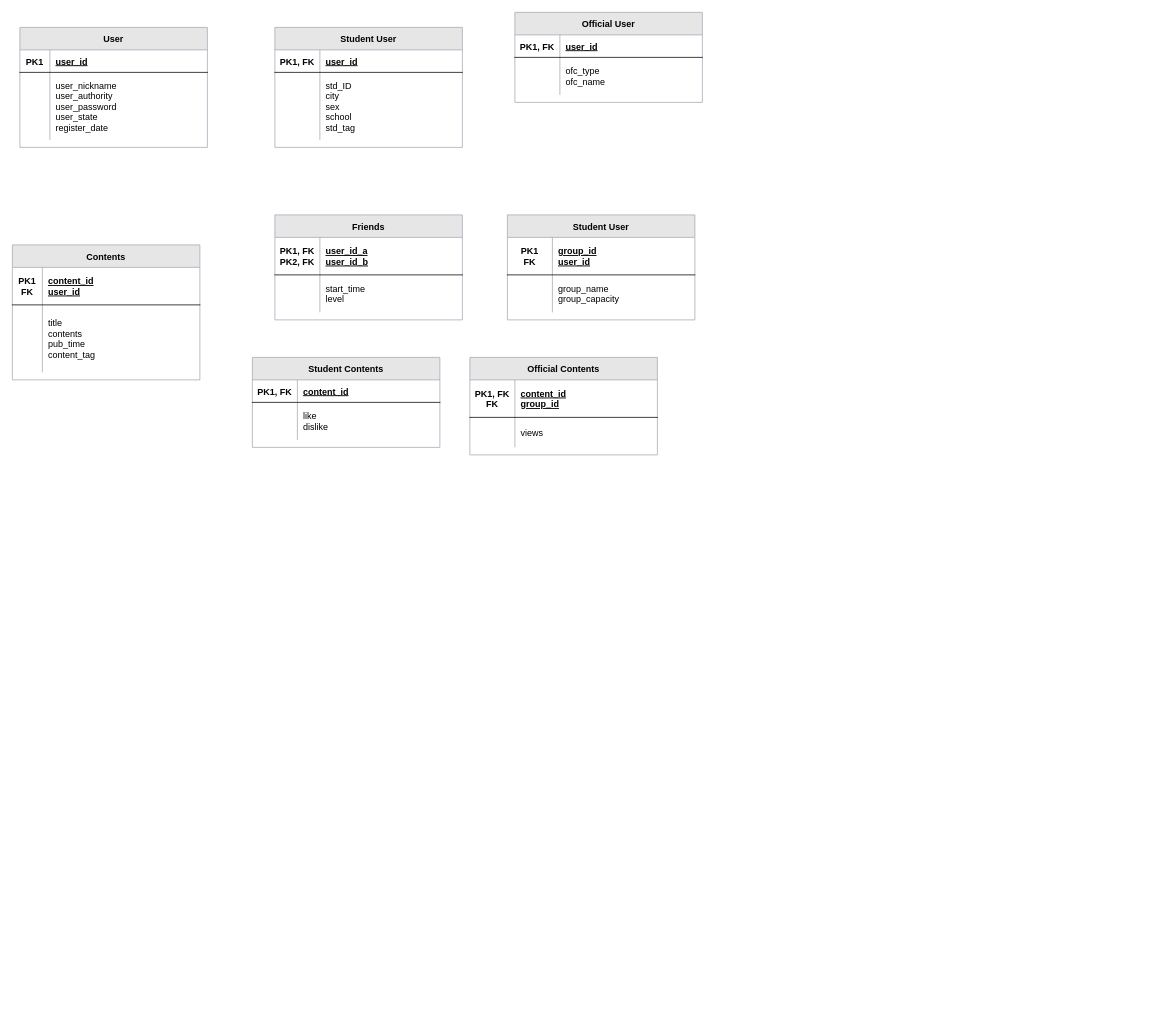
Earlier version of the draw.io diagram Untitled Diagram.drawio (LeoHolmes416/Code-Symphony). Source tidied: cells renumbered, new cells numbered last; positions are measured from the earlier drawing's top-left corner, leaving out a move shared by most shapes. Both pictures are drawn from the tidied source at 75%, with x=0, y=0 at pixel (12, 12).
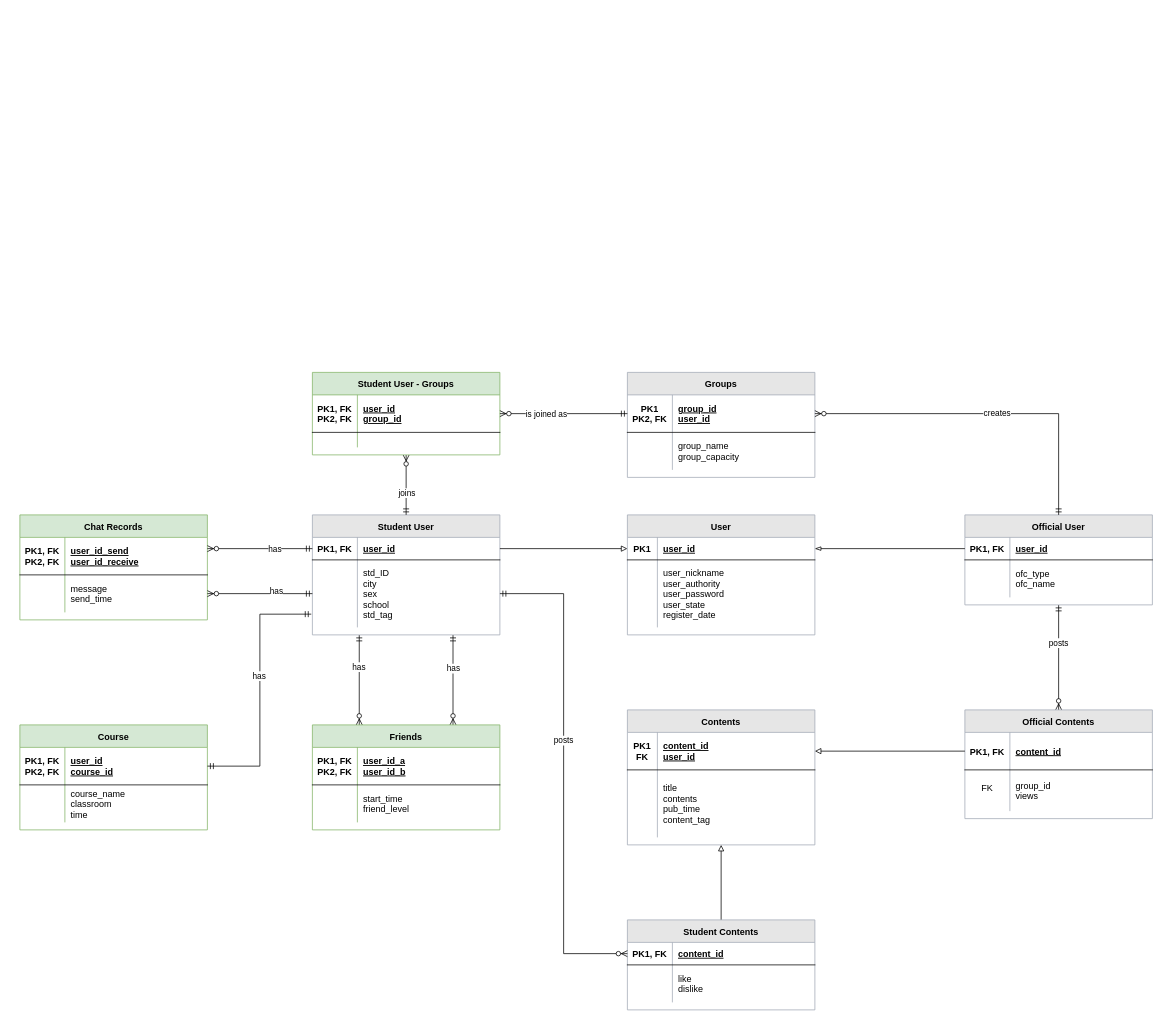
The same diagram, later.

The change refers to these unchanged cells:
```xml
<mxCell id="3" style="shape=partialRectangle;fillColor=none;points=[[0,0.5],[1,0.5]];portConstraint=eastwest;top=0;left=0;right=0;bottom=1;" parent="2" vertex="1">
  <mxGeometry y="30" width="250" height="30" as="geometry" />
</mxCell>
<mxCell id="10" style="shape=partialRectangle;fillColor=none;points=[[0,0.5],[1,0.5]];portConstraint=eastwest;top=0;left=0;right=0;bottom=1;" parent="9" vertex="1">
  <mxGeometry y="30" width="250" height="30" as="geometry" />
</mxCell>
<mxCell id="13" style="shape=partialRectangle;fillColor=none;points=[[0,0.5],[1,0.5]];portConstraint=eastwest;top=0;left=0;right=0;bottom=0;" parent="9" vertex="1">
  <mxGeometry y="60" width="250" height="90" as="geometry" />
</mxCell>
<mxCell id="17" style="shape=partialRectangle;fillColor=none;points=[[0,0.5],[1,0.5]];portConstraint=eastwest;top=0;left=0;right=0;bottom=1;" parent="16" vertex="1">
  <mxGeometry y="30" width="250" height="30" as="geometry" />
</mxCell>
<mxCell id="27" style="shape=partialRectangle;fillColor=none;top=0;left=0;right=0;bottom=0;" parent="23" vertex="1">
  <mxGeometry y="80" width="250" height="50" as="geometry" />
</mxCell>
<mxCell id="31" style="shape=partialRectangle;fillColor=none;points=[[0,0.5],[1,0.5]];portConstraint=eastwest;top=0;left=0;right=0;bottom=1;" parent="30" vertex="1">
  <mxGeometry y="30" width="250" height="50" as="geometry" />
</mxCell>
<mxCell id="38" style="shape=partialRectangle;fillColor=none;points=[[0,0.5],[1,0.5]];portConstraint=eastwest;top=0;left=0;right=0;bottom=1;" parent="37" vertex="1">
  <mxGeometry y="30" width="250" height="50" as="geometry" />
</mxCell>
<mxCell id="45" style="shape=partialRectangle;fillColor=none;points=[[0,0.5],[1,0.5]];portConstraint=eastwest;top=0;left=0;right=0;bottom=1;" parent="44" vertex="1">
  <mxGeometry y="30" width="250" height="30" as="geometry" />
</mxCell>
<mxCell id="52" style="shape=partialRectangle;fillColor=none;points=[[0,0.5],[1,0.5]];portConstraint=eastwest;top=0;left=0;right=0;bottom=1;" parent="51" vertex="1">
  <mxGeometry y="30" width="250" height="50" as="geometry" />
</mxCell>
```

Diff of the diagram source:
```diff
@@
     <mxCell id="2" value="User" style="shape=table;startSize=30;childLayout=tableLayout;rowLines=0;fontStyle=1;align=center;swimlaneFillColor=#ffffff;strokeColor=#A0A9B5;fillColor=#E6E6E6;" parent="1" vertex="1">
-      <mxGeometry x="10" y="20" width="250" height="160" as="geometry" />
+      <mxGeometry x="820" y="670" width="250" height="160" as="geometry" />
     </mxCell>
@@
+    <mxCell id="58" style="edgeStyle=orthogonalEdgeStyle;rounded=0;jettySize=auto;html=1;exitX=0.25;exitY=1;exitDx=0;exitDy=0;entryX=0.25;entryY=0;entryDx=0;entryDy=0;startArrow=ERmandOne;startFill=0;endArrow=ERzeroToMany;endFill=1;" parent="1" edge="1" source="9" target="23">
+      <mxGeometry relative="1" as="geometry" />
+    </mxCell>
+    <mxCell id="59" value="has" style="edgeLabel;html=1;align=center;verticalAlign=middle;" parent="58" vertex="1">
+      <mxGeometry x="-0.32" y="-1" relative="1" as="geometry">
+        <mxPoint y="1" as="offset" />
+      </mxGeometry>
+    </mxCell>
+    <mxCell id="60" style="edgeStyle=orthogonalEdgeStyle;rounded=0;jettySize=auto;html=1;exitX=0.75;exitY=1;exitDx=0;exitDy=0;entryX=0.75;entryY=0;entryDx=0;entryDy=0;startArrow=ERmandOne;startFill=0;endArrow=ERzeroToMany;endFill=1;" parent="1" edge="1" source="9" target="23">
+      <mxGeometry relative="1" as="geometry" />
+    </mxCell>
+    <mxCell id="61" value="has" style="edgeLabel;html=1;align=center;verticalAlign=middle;" parent="60" vertex="1">
+      <mxGeometry x="-0.29" relative="1" as="geometry">
+        <mxPoint y="1" as="offset" />
+      </mxGeometry>
+    </mxCell>
     <mxCell id="9" value="Student User" style="shape=table;startSize=30;childLayout=tableLayout;rowLines=0;fontStyle=1;align=center;swimlaneFillColor=#ffffff;strokeColor=#A0A9B5;fillColor=#E6E6E6;" parent="1" vertex="1">
-      <mxGeometry x="350" y="20" width="250" height="160" as="geometry" />
+      <mxGeometry x="400" y="670" width="250" height="160" as="geometry" />
     </mxCell>
@@
+    <mxCell id="62" style="edgeStyle=orthogonalEdgeStyle;rounded=0;jettySize=auto;html=1;exitX=0.5;exitY=1;exitDx=0;exitDy=0;entryX=0.5;entryY=0;entryDx=0;entryDy=0;fontSize=11;startArrow=ERmandOne;startFill=0;endArrow=ERzeroToMany;endFill=1;" parent="1" edge="1" source="16" target="51">
+      <mxGeometry relative="1" as="geometry" />
+    </mxCell>
+    <mxCell id="63" value="posts" style="edgeLabel;html=1;align=center;verticalAlign=middle;" parent="62" vertex="1">
+      <mxGeometry x="-0.28" y="-1" relative="1" as="geometry" />
+    </mxCell>
     <mxCell id="16" value="Official User" style="shape=table;startSize=30;childLayout=tableLayout;rowLines=0;fontStyle=1;align=center;swimlaneFillColor=#ffffff;strokeColor=#A0A9B5;fillColor=#E6E6E6;" parent="1" vertex="1">
-      <mxGeometry x="670" width="250" height="120" as="geometry" />
+      <mxGeometry x="1270" y="670" width="250" height="120" as="geometry" />
     </mxCell>
@@
-    <mxCell id="23" value="Friends" style="shape=table;startSize=30;childLayout=tableLayout;rowLines=0;fontStyle=1;align=center;swimlaneFillColor=#ffffff;strokeColor=#A0A9B5;fillColor=#E6E6E6;" parent="1" vertex="1">
-      <mxGeometry x="350" y="270" width="250" height="140" as="geometry" />
+    <mxCell id="23" value="Friends" style="shape=table;startSize=30;childLayout=tableLayout;rowLines=0;fontStyle=1;align=center;swimlaneFillColor=#ffffff;strokeColor=#82b366;fillColor=#d5e8d4;" parent="1" vertex="1">
+      <mxGeometry x="400" y="950" width="250" height="140" as="geometry" />
     </mxCell>
@@
-    <mxCell id="29" value="start_time&#10;level" style="shape=partialRectangle;overflow=hidden;fillColor=none;top=0;left=0;bottom=0;right=0;align=left;spacingLeft=6;" parent="27" vertex="1">
+    <mxCell id="29" value="start_time&#10;friend_level" style="shape=partialRectangle;overflow=hidden;fillColor=none;top=0;left=0;bottom=0;right=0;align=left;spacingLeft=6;" parent="27" vertex="1">
       <mxGeometry x="60" width="190" height="50" as="geometry" />
     </mxCell>
-    <mxCell id="30" value="Student User" style="shape=table;startSize=30;childLayout=tableLayout;rowLines=0;fontStyle=1;align=center;swimlaneFillColor=#ffffff;strokeColor=#A0A9B5;fillColor=#E6E6E6;" parent="1" vertex="1">
-      <mxGeometry x="660" y="270" width="250" height="140" as="geometry" />
+    <mxCell id="30" value="Groups" style="shape=table;startSize=30;childLayout=tableLayout;rowLines=0;fontStyle=1;align=center;swimlaneFillColor=#ffffff;strokeColor=#A0A9B5;fillColor=#E6E6E6;" parent="1" vertex="1">
+      <mxGeometry x="820" y="480" width="250" height="140" as="geometry" />
     </mxCell>
@@
-    <mxCell id="32" value="PK1&#10;FK" style="shape=partialRectangle;overflow=hidden;fillColor=none;top=0;left=0;bottom=0;right=0;fontStyle=1;" parent="31" vertex="1">
+    <mxCell id="32" value="PK1&#10;PK2, FK" style="shape=partialRectangle;overflow=hidden;fillColor=none;top=0;left=0;bottom=0;right=0;fontStyle=1;" parent="31" vertex="1">
       <mxGeometry width="60" height="50" as="geometry" />
     </mxCell>
@@
     <mxCell id="37" value="Contents" style="shape=table;startSize=30;childLayout=tableLayout;rowLines=0;fontStyle=1;align=center;swimlaneFillColor=#ffffff;strokeColor=#A0A9B5;fillColor=#E6E6E6;" parent="1" vertex="1">
-      <mxGeometry y="310" width="250" height="180" as="geometry" />
+      <mxGeometry x="820" y="930" width="250" height="180" as="geometry" />
     </mxCell>
@@
+    <mxCell id="64" style="edgeStyle=orthogonalEdgeStyle;rounded=0;jettySize=auto;html=1;exitX=0.5;exitY=0;exitDx=0;exitDy=0;entryX=0.5;entryY=1;entryDx=0;entryDy=0;startArrow=none;startFill=0;endArrow=block;endFill=0;" parent="1" edge="1" source="44" target="37">
+      <mxGeometry relative="1" as="geometry" />
+    </mxCell>
     <mxCell id="44" value="Student Contents" style="shape=table;startSize=30;childLayout=tableLayout;rowLines=0;fontStyle=1;align=center;swimlaneFillColor=#ffffff;strokeColor=#A0A9B5;fillColor=#E6E6E6;" parent="1" vertex="1">
-      <mxGeometry x="320" y="460" width="250" height="120" as="geometry" />
+      <mxGeometry x="820" y="1210" width="250" height="120" as="geometry" />
     </mxCell>
@@
     <mxCell id="51" value="Official Contents" style="shape=table;startSize=30;childLayout=tableLayout;rowLines=0;fontStyle=1;align=center;swimlaneFillColor=#ffffff;strokeColor=#A0A9B5;fillColor=#E6E6E6;" parent="1" vertex="1">
-      <mxGeometry x="610" y="460" width="250" height="130" as="geometry" />
+      <mxGeometry x="1270" y="930" width="250" height="145" as="geometry" />
     </mxCell>
@@
-    <mxCell id="53" value="PK1, FK&#10;FK" style="shape=partialRectangle;overflow=hidden;fillColor=none;top=0;left=0;bottom=0;right=0;fontStyle=1;" parent="52" vertex="1">
+    <mxCell id="53" value="PK1, FK" style="shape=partialRectangle;overflow=hidden;fillColor=none;top=0;left=0;bottom=0;right=0;fontStyle=1;" parent="52" vertex="1">
       <mxGeometry width="60" height="50" as="geometry" />
     </mxCell>
-    <mxCell id="54" value="content_id&#10;group_id" style="shape=partialRectangle;overflow=hidden;fillColor=none;top=0;left=0;bottom=0;right=0;align=left;spacingLeft=6;fontStyle=5;" parent="52" vertex="1">
+    <mxCell id="54" value="content_id" style="shape=partialRectangle;overflow=hidden;fillColor=none;top=0;left=0;bottom=0;right=0;align=left;spacingLeft=6;fontStyle=5;" parent="52" vertex="1">
       <mxGeometry x="60" width="190" height="50" as="geometry" />
     </mxCell>
     <mxCell id="55" style="shape=partialRectangle;fillColor=none;top=0;left=0;right=0;bottom=0;" parent="51" vertex="1">
-      <mxGeometry y="80" width="250" height="40" as="geometry" />
+      <mxGeometry y="80" width="250" height="55" as="geometry" />
     </mxCell>
-    <mxCell id="56" style="shape=partialRectangle;overflow=hidden;fillColor=none;top=0;left=0;bottom=0;right=0;" parent="55" vertex="1">
-      <mxGeometry width="60" height="40" as="geometry" />
+    <mxCell id="56" value="FK" style="shape=partialRectangle;overflow=hidden;fillColor=none;top=0;left=0;bottom=0;right=0;verticalAlign=top;spacingTop=10;" parent="55" vertex="1">
+      <mxGeometry width="60" height="55" as="geometry" />
     </mxCell>
-    <mxCell id="57" value="views" style="shape=partialRectangle;overflow=hidden;fillColor=none;top=0;left=0;bottom=0;right=0;align=left;spacingLeft=6;" parent="55" vertex="1">
-      <mxGeometry x="60" width="190" height="40" as="geometry" />
+    <mxCell id="57" value="group_id&#10;views" style="shape=partialRectangle;overflow=hidden;fillColor=none;top=0;left=0;bottom=0;right=0;align=left;spacingLeft=6;" parent="55" vertex="1">
+      <mxGeometry x="60" width="190" height="55" as="geometry" />
     </mxCell>
+    <mxCell id="65" style="edgeStyle=orthogonalEdgeStyle;rounded=0;jettySize=auto;html=1;entryX=0;entryY=0.5;entryDx=0;entryDy=0;endArrow=block;endFill=0;exitX=1;exitY=0.5;exitDx=0;exitDy=0;" parent="1" edge="1" source="10" target="3">
+      <mxGeometry relative="1" as="geometry" />
+    </mxCell>
+    <mxCell id="66" style="edgeStyle=orthogonalEdgeStyle;rounded=0;jettySize=auto;html=1;exitX=1;exitY=0.5;exitDx=0;exitDy=0;fontSize=11;startArrow=ERzeroToMany;startFill=1;endArrow=ERmandOne;endFill=0;" parent="1" edge="1" source="31" target="16">
+      <mxGeometry relative="1" as="geometry" />
+    </mxCell>
+    <mxCell id="67" value="creates" style="edgeLabel;html=1;align=center;verticalAlign=middle;" parent="66" vertex="1">
+      <mxGeometry x="0.05" y="1" relative="1" as="geometry" />
+    </mxCell>
+    <mxCell id="68" style="edgeStyle=orthogonalEdgeStyle;rounded=0;jettySize=auto;html=1;exitX=0.5;exitY=1;exitDx=0;exitDy=0;fontSize=11;startArrow=ERzeroToMany;startFill=1;endArrow=ERmandOne;endFill=0;" parent="1" edge="1" source="70" target="9">
+      <mxGeometry relative="1" as="geometry" />
+    </mxCell>
+    <mxCell id="69" value="joins" style="edgeLabel;html=1;align=center;verticalAlign=middle;" parent="68" vertex="1">
+      <mxGeometry x="0.24" relative="1" as="geometry" />
+    </mxCell>
+    <mxCell id="70" value="Student User - Groups" style="shape=table;startSize=30;childLayout=tableLayout;rowLines=0;fontStyle=1;align=center;swimlaneFillColor=#ffffff;strokeColor=#82b366;fillColor=#d5e8d4;" parent="1" vertex="1">
+      <mxGeometry x="400" y="480" width="250" height="110" as="geometry" />
+    </mxCell>
+    <mxCell id="71" style="shape=partialRectangle;fillColor=none;points=[[0,0.5],[1,0.5]];portConstraint=eastwest;top=0;left=0;right=0;bottom=1;" parent="70" vertex="1">
+      <mxGeometry y="30" width="250" height="50" as="geometry" />
+    </mxCell>
+    <mxCell id="72" value="PK1, FK&#10;PK2, FK" style="shape=partialRectangle;overflow=hidden;fillColor=none;top=0;left=0;bottom=0;right=0;fontStyle=1;" parent="71" vertex="1">
+      <mxGeometry width="60" height="50" as="geometry" />
+    </mxCell>
+    <mxCell id="73" value="user_id&#10;group_id" style="shape=partialRectangle;overflow=hidden;fillColor=none;top=0;left=0;bottom=0;right=0;align=left;spacingLeft=6;fontStyle=5;" parent="71" vertex="1">
+      <mxGeometry x="60" width="190" height="50" as="geometry" />
+    </mxCell>
+    <mxCell id="74" style="shape=partialRectangle;fillColor=none;top=0;left=0;right=0;bottom=0;" parent="70" vertex="1">
+      <mxGeometry y="80" width="250" height="20" as="geometry" />
+    </mxCell>
+    <mxCell id="75" style="shape=partialRectangle;overflow=hidden;fillColor=none;top=0;left=0;bottom=0;right=0;" parent="74" vertex="1">
+      <mxGeometry width="60" height="20" as="geometry" />
+    </mxCell>
+    <mxCell id="76" style="shape=partialRectangle;overflow=hidden;fillColor=none;top=0;left=0;bottom=0;right=0;align=left;spacingLeft=6;" parent="74" vertex="1">
+      <mxGeometry x="60" width="190" height="20" as="geometry" />
+    </mxCell>
+    <mxCell id="77" style="edgeStyle=orthogonalEdgeStyle;rounded=0;jettySize=auto;html=1;exitX=0;exitY=0.5;exitDx=0;exitDy=0;fontSize=11;startArrow=ERmandOne;startFill=0;endArrow=ERzeroToMany;endFill=1;entryX=1;entryY=0.5;entryDx=0;entryDy=0;" parent="1" edge="1" source="31" target="71">
+      <mxGeometry relative="1" as="geometry" />
+    </mxCell>
+    <mxCell id="78" value="is joined as" style="edgeLabel;html=1;align=center;verticalAlign=middle;" parent="77" vertex="1">
+      <mxGeometry x="0.28" relative="1" as="geometry" />
+    </mxCell>
+    <mxCell id="79" value="Chat Records" style="shape=table;startSize=30;childLayout=tableLayout;rowLines=0;fontStyle=1;align=center;swimlaneFillColor=#ffffff;strokeColor=#82b366;fillColor=#d5e8d4;" parent="1" vertex="1">
+      <mxGeometry x="10" y="670" width="250" height="140" as="geometry" />
+    </mxCell>
+    <mxCell id="80" style="shape=partialRectangle;fillColor=none;top=0;left=0;right=0;bottom=1;" parent="79" vertex="1">
+      <mxGeometry y="30" width="250" height="50" as="geometry" />
+    </mxCell>
+    <mxCell id="81" value="PK1, FK&#10;PK2, FK" style="shape=partialRectangle;overflow=hidden;fillColor=none;top=0;left=0;bottom=0;right=0;fontStyle=1;" parent="80" vertex="1">
+      <mxGeometry width="60" height="50" as="geometry" />
+    </mxCell>
+    <mxCell id="82" value="user_id_send&#10;user_id_receive" style="shape=partialRectangle;overflow=hidden;fillColor=none;top=0;left=0;bottom=0;right=0;align=left;spacingLeft=6;fontStyle=5;" parent="80" vertex="1">
+      <mxGeometry x="60" width="190" height="50" as="geometry" />
+    </mxCell>
+    <mxCell id="83" style="shape=partialRectangle;fillColor=none;points=[[0,0.5],[1,0.5]];portConstraint=eastwest;top=0;left=0;right=0;bottom=0;" parent="79" vertex="1">
+      <mxGeometry y="80" width="250" height="50" as="geometry" />
+    </mxCell>
+    <mxCell id="84" style="shape=partialRectangle;overflow=hidden;fillColor=none;top=0;left=0;bottom=0;right=0;" parent="83" vertex="1">
+      <mxGeometry width="60" height="50" as="geometry" />
+    </mxCell>
+    <mxCell id="85" value="message&#10;send_time" style="shape=partialRectangle;overflow=hidden;fillColor=none;top=0;left=0;bottom=0;right=0;align=left;spacingLeft=6;" parent="83" vertex="1">
+      <mxGeometry x="60" width="190" height="50" as="geometry" />
+    </mxCell>
+    <mxCell id="86" style="edgeStyle=orthogonalEdgeStyle;rounded=0;jettySize=auto;html=1;exitX=0;exitY=0.5;exitDx=0;exitDy=0;entryX=1;entryY=0.5;entryDx=0;entryDy=0;fontSize=11;startArrow=none;startFill=0;endArrow=block;endFill=0;" parent="1" edge="1" source="52" target="38">
+      <mxGeometry relative="1" as="geometry" />
+    </mxCell>
+    <mxCell id="87" value="Course" style="shape=table;startSize=30;childLayout=tableLayout;rowLines=0;fontStyle=1;align=center;swimlaneFillColor=#ffffff;strokeColor=#82b366;fillColor=#d5e8d4;" parent="1" vertex="1">
+      <mxGeometry x="10" y="950" width="250" height="140" as="geometry" />
+    </mxCell>
+    <mxCell id="88" style="shape=partialRectangle;fillColor=none;points=[[0,0.5],[1,0.5]];portConstraint=eastwest;top=0;left=0;right=0;bottom=1;" parent="87" vertex="1">
+      <mxGeometry y="30" width="250" height="50" as="geometry" />
+    </mxCell>
+    <mxCell id="89" value="PK1, FK&#10;PK2, FK" style="shape=partialRectangle;overflow=hidden;fillColor=none;top=0;left=0;bottom=0;right=0;fontStyle=1;" parent="88" vertex="1">
+      <mxGeometry width="60" height="50" as="geometry" />
+    </mxCell>
+    <mxCell id="90" value="user_id&#10;course_id" style="shape=partialRectangle;overflow=hidden;fillColor=none;top=0;left=0;bottom=0;right=0;align=left;spacingLeft=6;fontStyle=5;" parent="88" vertex="1">
+      <mxGeometry x="60" width="190" height="50" as="geometry" />
+    </mxCell>
+    <mxCell id="91" style="shape=partialRectangle;fillColor=none;top=0;left=0;right=0;bottom=0;" parent="87" vertex="1">
+      <mxGeometry y="80" width="250" height="50" as="geometry" />
+    </mxCell>
+    <mxCell id="92" style="shape=partialRectangle;overflow=hidden;fillColor=none;top=0;left=0;bottom=0;right=0;" parent="91" vertex="1">
+      <mxGeometry width="60" height="50" as="geometry" />
+    </mxCell>
+    <mxCell id="93" value="course_name&#10;classroom&#10;time" style="shape=partialRectangle;overflow=hidden;fillColor=none;top=0;left=0;bottom=0;right=0;align=left;spacingLeft=6;" parent="91" vertex="1">
+      <mxGeometry x="60" width="190" height="50" as="geometry" />
+    </mxCell>
+    <mxCell id="94" style="edgeStyle=orthogonalEdgeStyle;rounded=0;jettySize=auto;html=1;exitX=0;exitY=0.5;exitDx=0;exitDy=0;entryX=1;entryY=0.5;entryDx=0;entryDy=0;startArrow=ERmandOne;startFill=0;endArrow=ERzeroToMany;endFill=1;" parent="1" edge="1" source="13" target="83">
+      <mxGeometry relative="1" as="geometry" />
+    </mxCell>
+    <mxCell id="95" value="has" style="edgeLabel;html=1;align=center;verticalAlign=middle;" parent="94" vertex="1">
+      <mxGeometry x="-0.3" y="-4" relative="1" as="geometry" />
+    </mxCell>
+    <mxCell id="96" style="edgeStyle=orthogonalEdgeStyle;rounded=0;jettySize=auto;html=1;exitX=0;exitY=0.5;exitDx=0;exitDy=0;startArrow=ERmandOne;startFill=0;endArrow=ERzeroToMany;endFill=1;" parent="1" edge="1" source="10">
+      <mxGeometry relative="1" as="geometry">
+        <mxPoint x="260" y="715" as="targetPoint" />
+        <Array as="points">
+          <mxPoint x="260" y="715" />
+        </Array>
+      </mxGeometry>
+    </mxCell>
+    <mxCell id="97" value="has" style="edgeLabel;html=1;align=center;verticalAlign=middle;" parent="96" vertex="1">
+      <mxGeometry x="-0.27" relative="1" as="geometry" />
+    </mxCell>
+    <mxCell id="98" style="edgeStyle=orthogonalEdgeStyle;rounded=0;jettySize=auto;html=1;exitX=1;exitY=0.5;exitDx=0;exitDy=0;entryX=-0.006;entryY=0.804;entryDx=0;entryDy=0;entryPerimeter=0;startArrow=ERmandOne;startFill=0;endArrow=ERmandOne;endFill=0;" parent="1" edge="1" source="88" target="13">
+      <mxGeometry relative="1" as="geometry" />
+    </mxCell>
+    <mxCell id="99" value="has" style="edgeLabel;html=1;align=center;verticalAlign=middle;" parent="98" vertex="1">
+      <mxGeometry x="0.12" y="2" relative="1" as="geometry" />
+    </mxCell>
+    <mxCell id="100" style="edgeStyle=orthogonalEdgeStyle;rounded=0;jettySize=auto;html=1;exitX=1;exitY=0.5;exitDx=0;exitDy=0;entryX=0;entryY=0.5;entryDx=0;entryDy=0;startArrow=blockThin;startFill=0;endArrow=none;endFill=0;" parent="1" edge="1" source="3" target="17">
+      <mxGeometry relative="1" as="geometry" />
+    </mxCell>
+    <mxCell id="101" style="edgeStyle=orthogonalEdgeStyle;rounded=0;jettySize=auto;html=1;exitX=1;exitY=0.5;exitDx=0;exitDy=0;entryX=0;entryY=0.5;entryDx=0;entryDy=0;startArrow=ERmandOne;startFill=0;endArrow=ERzeroToMany;endFill=1;" parent="1" edge="1" source="13" target="45">
+      <mxGeometry relative="1" as="geometry" />
+    </mxCell>
+    <mxCell id="102" value="posts" style="edgeLabel;html=1;align=center;verticalAlign=middle;" parent="101" vertex="1">
+      <mxGeometry x="-0.14" y="-1" relative="1" as="geometry" />
+    </mxCell>
```
